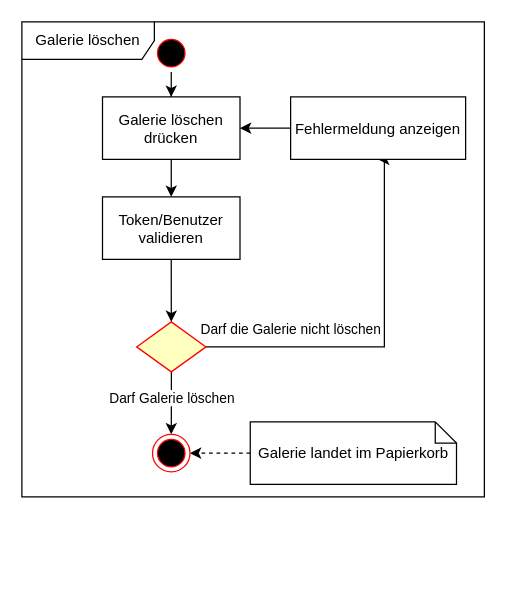
MGuese/tfp-collaboration-platform keeps this draw.io diagram as UC Galerie löschen.drawio. Above is the earlier version. Source tidied: cells renumbered, new cells numbered last; positions are measured from the earlier drawing's top-left corner, leaving out a move shared by most shapes. Both pictures are drawn from the tidied source at 125%, with x=0, y=0 at pixel (21, 21).
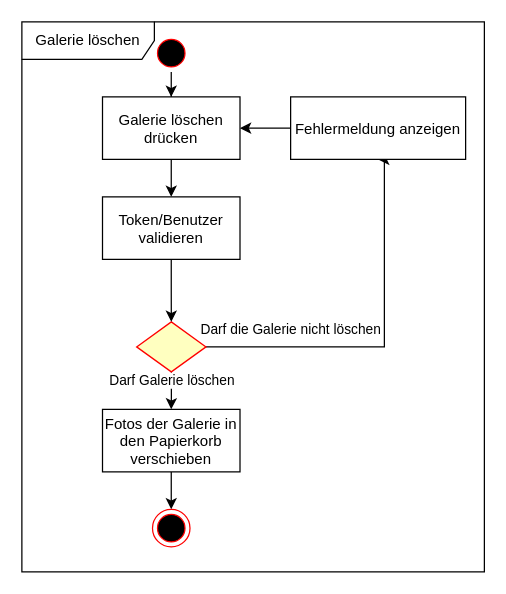
Above is the later version.

The change refers to these unchanged cells:
```xml
<mxCell id="14" style="rhombus;fillColor=#ffffc0;strokeColor=#ff0000;" parent="1" vertex="1">
  <mxGeometry x="91.8" y="240" width="55.5" height="40" as="geometry" />
</mxCell>
```

The edit, as a diff of the source:
```diff
@@
-    <mxCell id="6" style="edgeStyle=orthogonalEdgeStyle;rounded=0;jettySize=auto;html=1;dashed=1;" parent="1" edge="1" source="7" target="8">
-      <mxGeometry relative="1" as="geometry" />
-    </mxCell>
-    <mxCell id="7" value="Galerie landet im Papierkorb" style="shape=note;whiteSpace=wrap;size=17;" parent="1" vertex="1">
-      <mxGeometry x="182.7" y="320" width="165" height="50" as="geometry" />
-    </mxCell>
-    <mxCell id="8" style="ellipse;shape=endState;fillColor=#000000;strokeColor=#ff0000;" parent="1" vertex="1">
-      <mxGeometry x="104.5" y="330" width="30" height="30" as="geometry" />
-    </mxCell>
+    <mxCell id="19" style="ellipse;shape=endState;fillColor=#000000;strokeColor=#ff0000;" parent="1" vertex="1">
+      <mxGeometry x="104.5" y="390" width="30" height="30" as="geometry" />
+    </mxCell>
     <mxCell id="9" value="Galerie löschen" style="shape=umlFrame;whiteSpace=wrap;html=1;width=106;height=30;" parent="1" vertex="1">
-      <mxGeometry width="370" height="380" as="geometry" />
+      <mxGeometry width="370" height="440" as="geometry" />
     </mxCell>
@@
-    <mxCell id="12" style="edgeStyle=orthogonalEdgeStyle;rounded=0;jettySize=auto;html=1;" parent="1" edge="1" source="14" target="8">
-      <mxGeometry relative="1" as="geometry" />
-    </mxCell>
+    <mxCell id="20" style="edgeStyle=orthogonalEdgeStyle;rounded=0;jettySize=auto;html=1;" parent="1" edge="1" source="14" target="22">
+      <mxGeometry relative="1" as="geometry" />
+    </mxCell>
-    <mxCell id="13" value="Darf Galerie löschen" style="edgeLabel;html=1;align=center;verticalAlign=middle;" parent="12" vertex="1">
+    <mxCell id="13" value="Darf Galerie löschen" style="edgeLabel;html=1;align=center;verticalAlign=middle;" parent="20" vertex="1">
       <mxGeometry x="0.34" y="2" relative="1" as="geometry">
         <mxPoint x="-2" y="-13" as="offset" />
       </mxGeometry>
     </mxCell>
@@
+    <mxCell id="21" style="edgeStyle=orthogonalEdgeStyle;rounded=0;jettySize=auto;html=1;" parent="1" edge="1" source="22" target="19">
+      <mxGeometry relative="1" as="geometry" />
+    </mxCell>
+    <mxCell id="22" value="Fotos der Galerie in &#10;den Papierkorb &#10;verschieben" parent="1" vertex="1">
+      <mxGeometry x="64.5" y="310" width="110" height="50" as="geometry" />
+    </mxCell>
```
